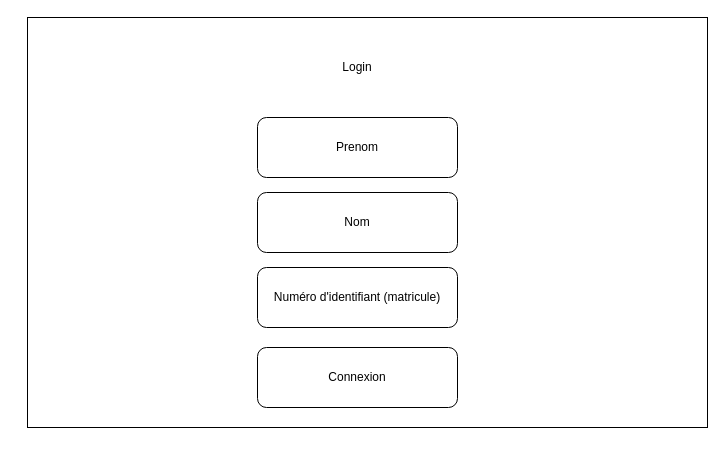
Before: Interface_Melodie/Login-Brouillon.drawio in Simx72/C31-PROJET-INVENTAIRE, a draw.io diagram. Source tidied: cells renumbered, new cells numbered last; positions are measured from the earlier drawing's top-left corner, leaving out a move shared by most shapes. Both pictures are drawn from the tidied source at 100%, with x=0, y=0 at pixel (27, 17).
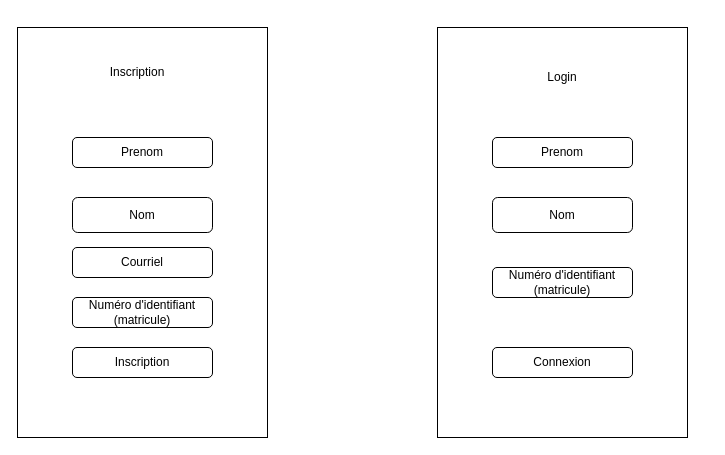
The same diagram, later.

What changed in the source:
```diff
@@
 <mxGraphModel>
   <root>
     <mxCell id="0" />
     <mxCell id="1" parent="0" />
+    <mxCell id="8" style="rounded=0;whiteSpace=wrap;html=1;" parent="1" vertex="1">
+      <mxGeometry x="410" y="10" width="250" height="410" as="geometry" />
+    </mxCell>
     <mxCell id="2" style="rounded=0;whiteSpace=wrap;html=1;" parent="1" vertex="1">
-      <mxGeometry width="680" height="410" as="geometry" />
+      <mxGeometry x="-10" y="10" width="250" height="410" as="geometry" />
     </mxCell>
     <mxCell id="3" value="Login" style="text;html=1;whiteSpace=wrap;strokeColor=none;fillColor=none;align=center;verticalAlign=middle;rounded=0;" parent="1" vertex="1">
-      <mxGeometry x="260" y="10" width="140" height="80" as="geometry" />
+      <mxGeometry x="490" y="30" width="90" height="60" as="geometry" />
     </mxCell>
     <mxCell id="4" value="Nom" style="rounded=1;whiteSpace=wrap;html=1;roundedPerimeter=1;" parent="1" vertex="1">
-      <mxGeometry x="230" y="175" width="200" height="60" as="geometry" />
+      <mxGeometry x="465" y="180" width="140" height="35" as="geometry" />
     </mxCell>
     <mxCell id="5" value="Prenom" style="rounded=1;whiteSpace=wrap;html=1;roundedPerimeter=1;" parent="1" vertex="1">
-      <mxGeometry x="230" y="100" width="200" height="60" as="geometry" />
+      <mxGeometry x="465" y="120" width="140" height="30" as="geometry" />
     </mxCell>
     <mxCell id="6" value="Numéro d'identifiant (matricule)" style="rounded=1;whiteSpace=wrap;html=1;roundedPerimeter=1;" parent="1" vertex="1">
-      <mxGeometry x="230" y="250" width="200" height="60" as="geometry" />
+      <mxGeometry x="465" y="250" width="140" height="30" as="geometry" />
     </mxCell>
     <mxCell id="7" value="Connexion" style="rounded=1;whiteSpace=wrap;html=1;roundedPerimeter=1;" parent="1" vertex="1">
-      <mxGeometry x="230" y="330" width="200" height="60" as="geometry" />
+      <mxGeometry x="465" y="330" width="140" height="30" as="geometry" />
     </mxCell>
+    <mxCell id="9" value="Inscription" style="text;html=1;whiteSpace=wrap;strokeColor=none;fillColor=none;align=center;verticalAlign=middle;rounded=0;" parent="1" vertex="1">
+      <mxGeometry x="80" y="40" width="60" height="30" as="geometry" />
+    </mxCell>
+    <mxCell id="10" value="Prenom" style="rounded=1;whiteSpace=wrap;html=1;roundedPerimeter=1;" parent="1" vertex="1">
+      <mxGeometry x="45" y="120" width="140" height="30" as="geometry" />
+    </mxCell>
+    <mxCell id="11" value="Nom" style="rounded=1;whiteSpace=wrap;html=1;roundedPerimeter=1;" parent="1" vertex="1">
+      <mxGeometry x="45" y="180" width="140" height="35" as="geometry" />
+    </mxCell>
+    <mxCell id="12" value="Courriel" style="rounded=1;whiteSpace=wrap;html=1;roundedPerimeter=1;" parent="1" vertex="1">
+      <mxGeometry x="45" y="230" width="140" height="30" as="geometry" />
+    </mxCell>
+    <mxCell id="13" value="Inscription" style="rounded=1;whiteSpace=wrap;html=1;roundedPerimeter=1;" parent="1" vertex="1">
+      <mxGeometry x="45" y="330" width="140" height="30" as="geometry" />
+    </mxCell>
+    <mxCell id="14" value="Numéro d'identifiant (matricule)" style="rounded=1;whiteSpace=wrap;html=1;roundedPerimeter=1;" parent="1" vertex="1">
+      <mxGeometry x="45" y="280" width="140" height="30" as="geometry" />
+    </mxCell>
   </root>
 </mxGraphModel>
```
